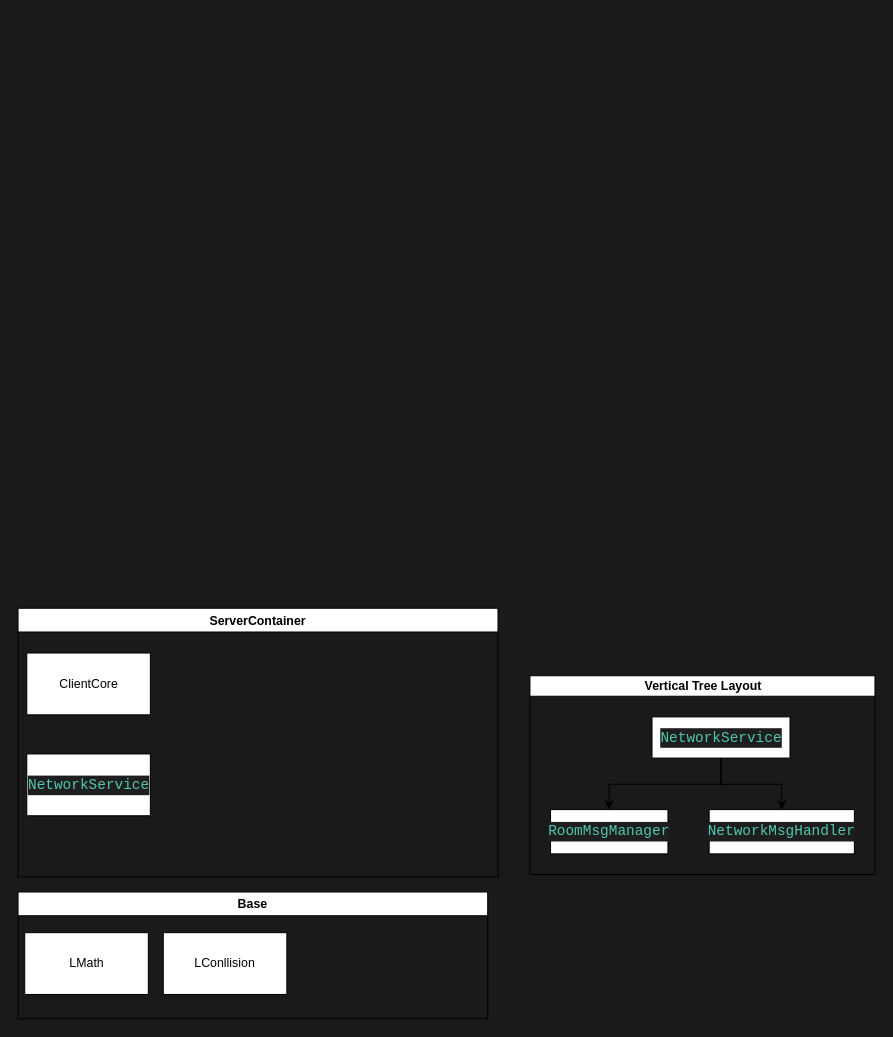
This is Unity/Doc/Project.drawio from BUGyyc/LSGameCore, a draw.io file, before an edit. Source tidied: cells renumbered, new cells numbered last; positions are measured from the earlier drawing's top-left corner, leaving out a move shared by most shapes. Both pictures are drawn from the tidied source at 103%, with x=0, y=0 at pixel (18, 608).
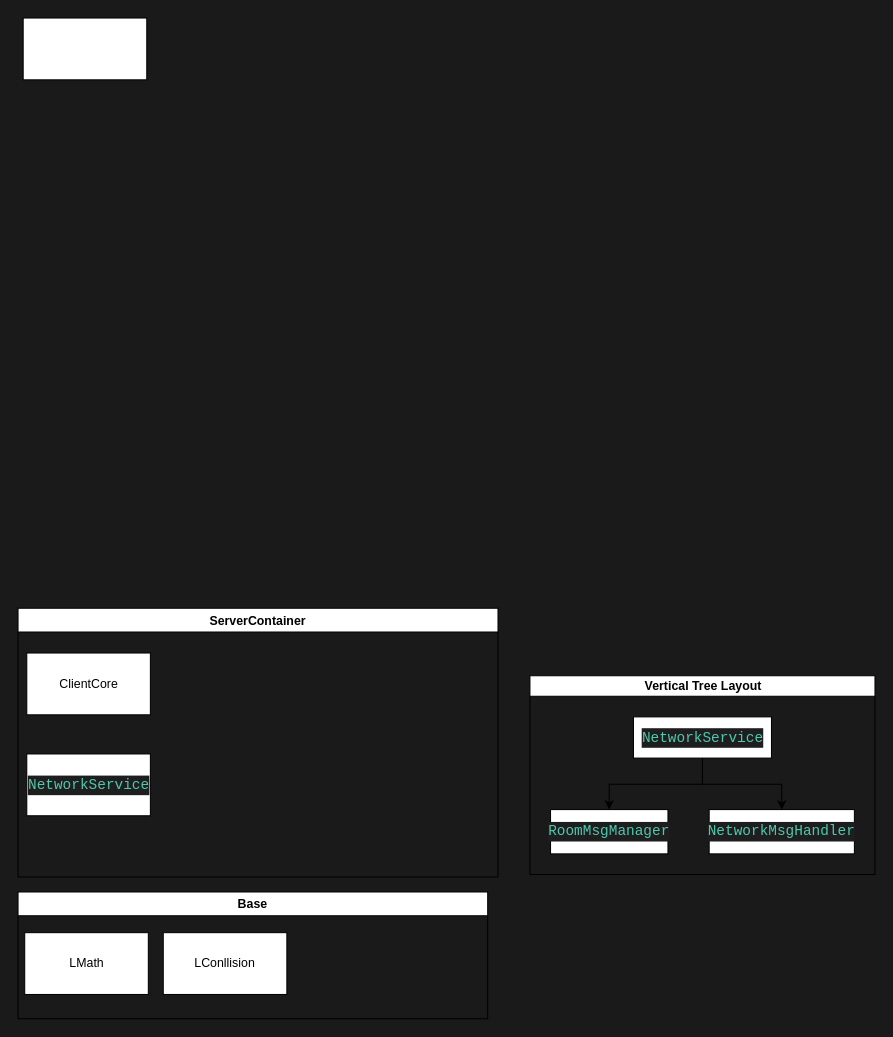
After the change.

Diff of the diagram source:
```diff
@@
 <mxGraphModel background="#1A1A1A">
   <root>
     <mxCell id="0" />
     <mxCell id="1" parent="0" />
     <mxCell id="2" value="Base" style="swimlane;startSize=23;" parent="1" vertex="1">
       <mxGeometry y="275.5" width="456" height="123" as="geometry" />
     </mxCell>
     <mxCell id="3" value="LConllision" style="rounded=0;whiteSpace=wrap;html=1;" parent="2" vertex="1">
       <mxGeometry x="141" y="39.5" width="120" height="60" as="geometry" />
     </mxCell>
     <mxCell id="4" value="LMath" style="rounded=0;whiteSpace=wrap;html=1;" parent="2" vertex="1">
       <mxGeometry x="6.5" y="39.5" width="120" height="60" as="geometry" />
     </mxCell>
     <mxCell id="5" value="ServerContainer" style="swimlane;startSize=23;" parent="1" vertex="1">
       <mxGeometry width="466" height="261" as="geometry" />
     </mxCell>
     <mxCell id="6" value="ClientCore" style="rounded=0;whiteSpace=wrap;html=1;" parent="5" vertex="1">
       <mxGeometry x="8.5" y="43.5" width="120" height="60" as="geometry" />
     </mxCell>
     <mxCell id="7" value="&lt;div style=&quot;color: rgb(212 , 212 , 212) ; background-color: rgb(30 , 30 , 30) ; font-family: &amp;#34;consolas&amp;#34; , &amp;#34;courier new&amp;#34; , monospace ; font-size: 14px ; line-height: 19px ; white-space: pre&quot;&gt;&lt;span style=&quot;color: #4ec9b0&quot;&gt;NetworkService&lt;/span&gt;&lt;/div&gt;" style="rounded=0;whiteSpace=wrap;html=1;" parent="5" vertex="1">
       <mxGeometry x="8.5" y="141.5" width="120" height="60" as="geometry" />
     </mxCell>
     <mxCell id="8" value="Vertical Tree Layout" style="swimlane;html=1;startSize=20;horizontal=1;horizontalTree=0;containerType=tree;" parent="1" vertex="1">
       <mxGeometry x="497" y="65.5" width="335" height="193" as="geometry" />
     </mxCell>
     <mxCell id="9" value="&lt;div style=&quot;color: rgb(212 , 212 , 212) ; background-color: rgb(30 , 30 , 30) ; font-family: &amp;#34;consolas&amp;#34; , &amp;#34;courier new&amp;#34; , monospace ; font-size: 14px ; line-height: 19px ; white-space: pre&quot;&gt;&lt;span style=&quot;color: #4ec9b0&quot;&gt;NetworkService&lt;/span&gt;&lt;/div&gt;" style="whiteSpace=wrap;html=1;" parent="8" vertex="1">
-      <mxGeometry x="118.5" y="40" width="134" height="40" as="geometry" />
+      <mxGeometry x="100.5" y="40" width="134" height="40" as="geometry" />
     </mxCell>
     <mxCell id="10" value="&lt;div style=&quot;color: rgb(212 , 212 , 212) ; background-color: rgb(30 , 30 , 30) ; font-family: &amp;#34;consolas&amp;#34; , &amp;#34;courier new&amp;#34; , monospace ; font-size: 14px ; line-height: 19px ; white-space: pre&quot;&gt;&lt;span style=&quot;color: #4ec9b0&quot;&gt;RoomMsgManager&lt;/span&gt;&lt;/div&gt;" style="whiteSpace=wrap;html=1;" parent="8" vertex="1">
       <mxGeometry x="20" y="130" width="114" height="43" as="geometry" />
     </mxCell>
     <mxCell id="11" style="edgeStyle=elbowEdgeStyle;elbow=vertical;html=1;rounded=0;" parent="8" edge="1" source="9" target="10">
       <mxGeometry relative="1" as="geometry" />
     </mxCell>
     <mxCell id="12" value="&lt;div style=&quot;color: rgb(212 , 212 , 212) ; background-color: rgb(30 , 30 , 30) ; font-family: &amp;#34;consolas&amp;#34; , &amp;#34;courier new&amp;#34; , monospace ; font-size: 14px ; line-height: 19px ; white-space: pre&quot;&gt;&lt;span style=&quot;color: #4ec9b0&quot;&gt;NetworkMsgHandler&lt;/span&gt;&lt;/div&gt;" style="whiteSpace=wrap;html=1;" parent="8" vertex="1">
       <mxGeometry x="174" y="130" width="141" height="43" as="geometry" />
     </mxCell>
     <mxCell id="13" style="edgeStyle=elbowEdgeStyle;elbow=vertical;html=1;rounded=0;" parent="8" edge="1" source="9" target="12">
       <mxGeometry relative="1" as="geometry" />
     </mxCell>
+    <mxCell id="14" style="rounded=0;whiteSpace=wrap;html=1;" parent="1" vertex="1">
+      <mxGeometry x="5" y="-573" width="120" height="60" as="geometry" />
+    </mxCell>
   </root>
 </mxGraphModel>
```
